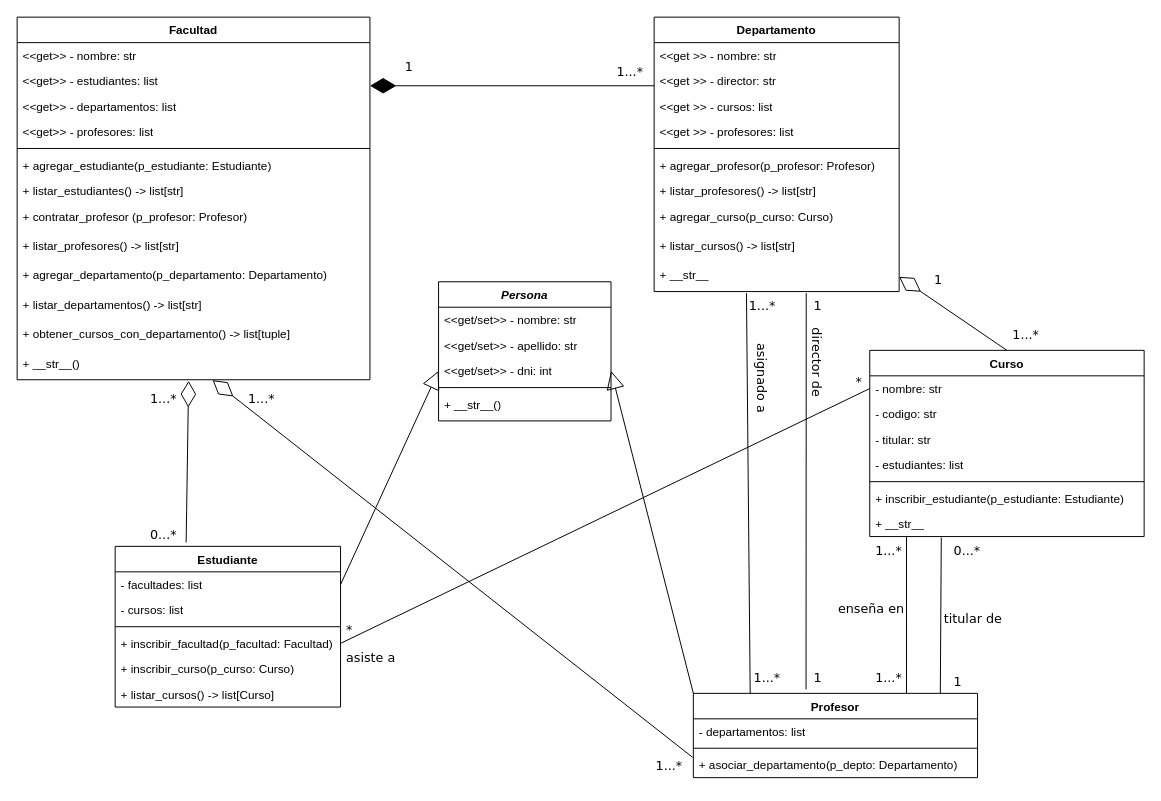
Above: TrabajoPractico_2/proyecto1/docs/diagrama_UML_p1.drawio in FelipeCarrozzo/prog_avanzada (draw.io), before the change. Source tidied: cells renumbered, new cells numbered last; positions are measured from the earlier drawing's top-left corner, leaving out a move shared by most shapes. Both pictures are drawn from the tidied source at 98%, with x=0, y=0 at pixel (17, 17).
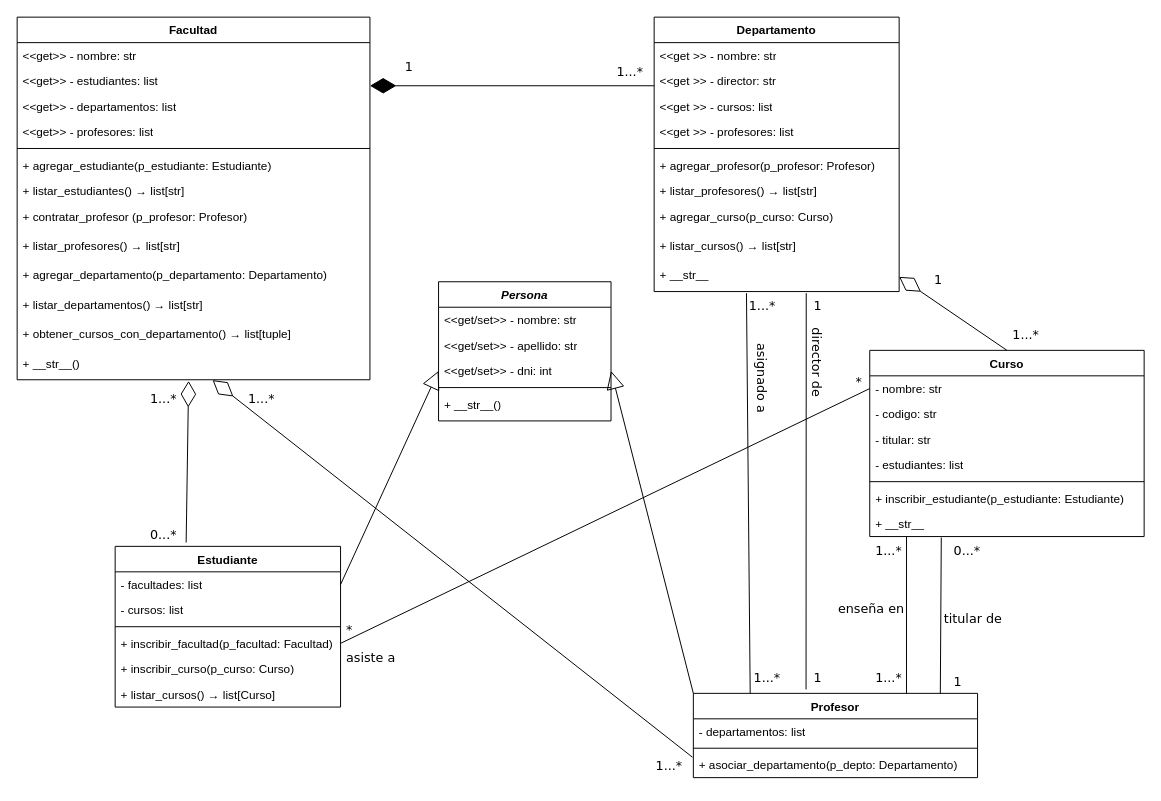
The same diagram, later.

The change refers to these unchanged cells:
```xml
<mxCell id="2" value="Facultad" style="swimlane;fontStyle=1;align=center;verticalAlign=top;horizontal=1;startSize=26;whiteSpace=wrap;html=1;" parent="1" vertex="1">
  <mxGeometry width="360" height="370" as="geometry" />
</mxCell>
<mxCell id="16" value="Departamento" style="swimlane;fontStyle=1;align=center;verticalAlign=top;horizontal=1;startSize=26;whiteSpace=wrap;html=1;" parent="1" vertex="1">
  <mxGeometry x="650" width="250" height="280" as="geometry" />
</mxCell>
<mxCell id="27" value="Estudiante" style="swimlane;fontStyle=1;align=center;verticalAlign=top;horizontal=1;startSize=26;whiteSpace=wrap;html=1;" parent="1" vertex="1">
  <mxGeometry x="100" y="540" width="230" height="164" as="geometry" />
</mxCell>
```

What changed in the source:
```diff
@@
-    <mxCell id="9" value="+ listar_estudiantes() -&amp;gt; list[str]" style="text;strokeColor=none;fillColor=none;align=left;verticalAlign=top;spacingLeft=4;spacingRight=4;overflow=hidden;whiteSpace=wrap;html=1;" parent="2" vertex="1">
+    <mxCell id="9" value="+ listar_estudiantes()&amp;nbsp;→ list[str]" style="text;strokeColor=none;fillColor=none;align=left;verticalAlign=top;spacingLeft=4;spacingRight=4;overflow=hidden;whiteSpace=wrap;html=1;" parent="2" vertex="1">
       <mxGeometry y="164" width="360" height="26" as="geometry" />
     </mxCell>
@@
-    <mxCell id="11" value="+ listar_profesores() -&amp;gt; list[str]" style="text;strokeColor=none;fillColor=none;align=left;verticalAlign=top;spacingLeft=4;spacingRight=4;overflow=hidden;whiteSpace=wrap;html=1;" parent="2" vertex="1">
+    <mxCell id="11" value="+ listar_profesores()&amp;nbsp;→ list[str]" style="text;strokeColor=none;fillColor=none;align=left;verticalAlign=top;spacingLeft=4;spacingRight=4;overflow=hidden;whiteSpace=wrap;html=1;" parent="2" vertex="1">
       <mxGeometry y="220" width="360" height="30" as="geometry" />
     </mxCell>
@@
-    <mxCell id="13" value="+ listar_departamentos() -&amp;gt; list[str]" style="text;strokeColor=none;fillColor=none;align=left;verticalAlign=top;spacingLeft=4;spacingRight=4;overflow=hidden;whiteSpace=wrap;html=1;" parent="2" vertex="1">
+    <mxCell id="13" value="+ listar_departamentos()&amp;nbsp;→ list[str]" style="text;strokeColor=none;fillColor=none;align=left;verticalAlign=top;spacingLeft=4;spacingRight=4;overflow=hidden;whiteSpace=wrap;html=1;" parent="2" vertex="1">
       <mxGeometry y="280" width="360" height="30" as="geometry" />
     </mxCell>
-    <mxCell id="14" value="+ obtener_cursos_con_departamento() -&amp;gt; list[tuple]" style="text;strokeColor=none;fillColor=none;align=left;verticalAlign=top;spacingLeft=4;spacingRight=4;overflow=hidden;whiteSpace=wrap;html=1;" parent="2" vertex="1">
+    <mxCell id="14" value="+ obtener_cursos_con_departamento()&amp;nbsp;→ list[tuple]" style="text;strokeColor=none;fillColor=none;align=left;verticalAlign=top;spacingLeft=4;spacingRight=4;overflow=hidden;whiteSpace=wrap;html=1;" parent="2" vertex="1">
       <mxGeometry y="310" width="360" height="30" as="geometry" />
     </mxCell>
@@
-    <mxCell id="23" value="+ listar_profesores() -&amp;gt; list[str]" style="text;strokeColor=none;fillColor=none;align=left;verticalAlign=top;spacingLeft=4;spacingRight=4;overflow=hidden;whiteSpace=wrap;html=1;" parent="16" vertex="1">
+    <mxCell id="23" value="+ listar_profesores()&amp;nbsp;→ list[str]" style="text;strokeColor=none;fillColor=none;align=left;verticalAlign=top;spacingLeft=4;spacingRight=4;overflow=hidden;whiteSpace=wrap;html=1;" parent="16" vertex="1">
       <mxGeometry y="164" width="250" height="26" as="geometry" />
     </mxCell>
@@
-    <mxCell id="25" value="+ listar_cursos() -&amp;gt; list[str]" style="text;strokeColor=none;fillColor=none;align=left;verticalAlign=top;spacingLeft=4;spacingRight=4;overflow=hidden;whiteSpace=wrap;html=1;" parent="16" vertex="1">
+    <mxCell id="25" value="+ listar_cursos()&amp;nbsp;→ list[str]" style="text;strokeColor=none;fillColor=none;align=left;verticalAlign=top;spacingLeft=4;spacingRight=4;overflow=hidden;whiteSpace=wrap;html=1;" parent="16" vertex="1">
       <mxGeometry y="220" width="250" height="30" as="geometry" />
     </mxCell>
@@
-    <mxCell id="33" value="+ listar_cursos() -&amp;gt; list[Curso]" style="text;strokeColor=none;fillColor=none;align=left;verticalAlign=top;spacingLeft=4;spacingRight=4;overflow=hidden;whiteSpace=wrap;html=1;" parent="27" vertex="1">
+    <mxCell id="33" value="+ listar_cursos()&amp;nbsp;→ list[Curso]" style="text;strokeColor=none;fillColor=none;align=left;verticalAlign=top;spacingLeft=4;spacingRight=4;overflow=hidden;whiteSpace=wrap;html=1;" parent="27" vertex="1">
       <mxGeometry y="138" width="230" height="26" as="geometry" />
     </mxCell>
```
